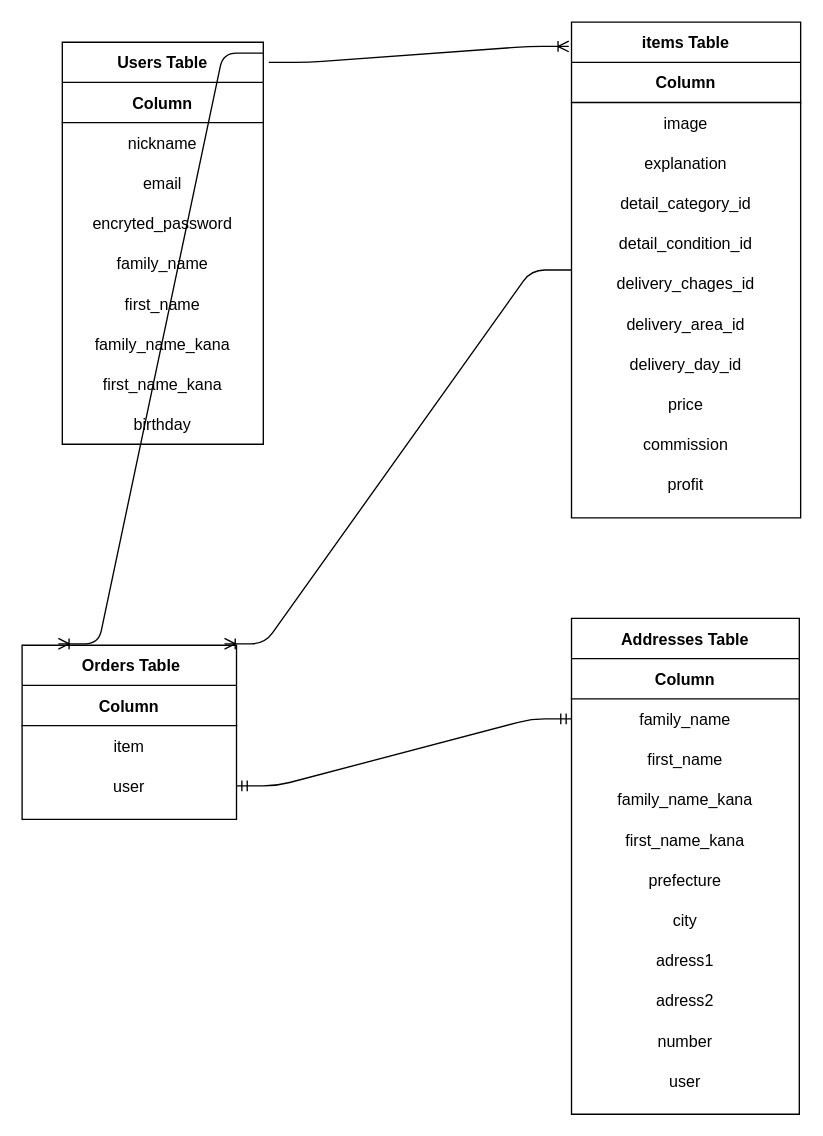
kurokuro325/furima-38387 keeps this draw.io diagram as page "ページ2" (2 of 2) of er.dio. Above is the earlier version. Source tidied: cells renumbered, new cells numbered last; positions are measured from the earlier drawing's top-left corner, leaving out a move shared by most shapes. Both pictures are drawn from the tidied source at 134%, with x=0, y=0 at pixel (21, 21).
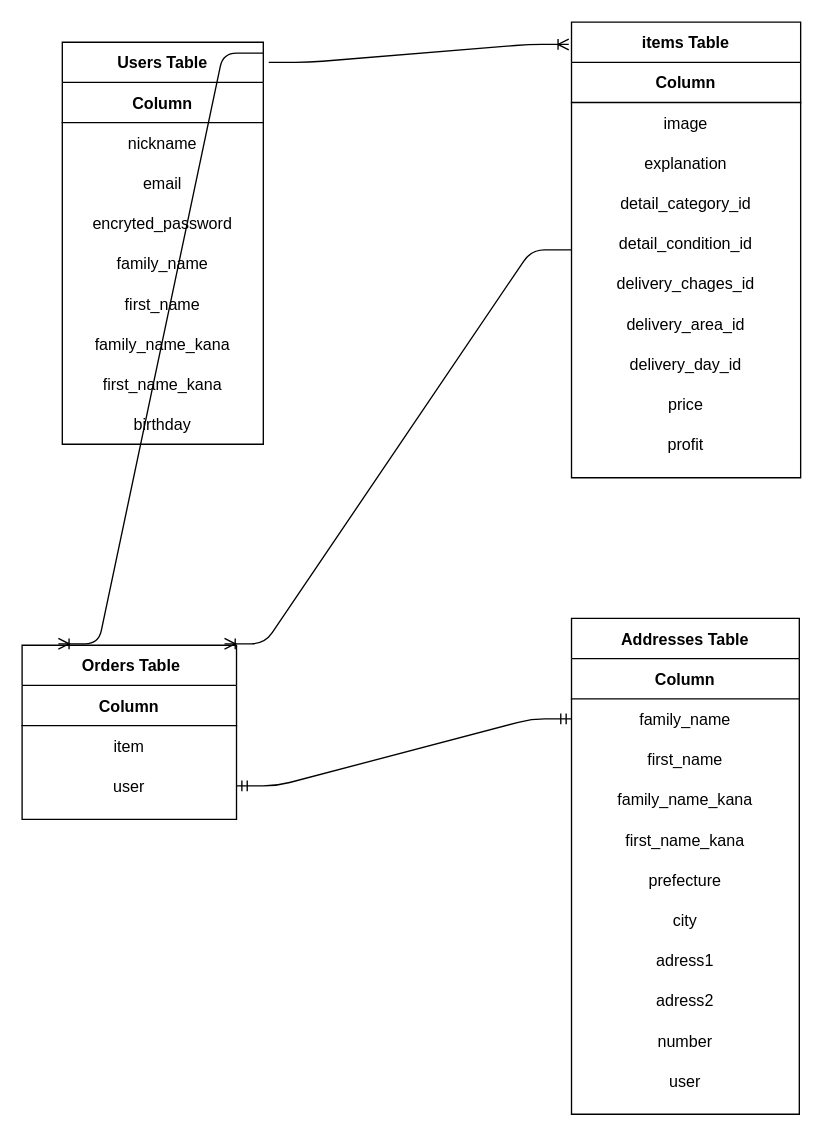
The same diagram, later.

Commit message:
データベースの修正2-1

Change to the diagram source:
```diff
@@
     <mxCell id="2" value="items Table" style="shape=table;startSize=30;childLayout=tableLayout;rowLines=0;fontStyle=1;align=center;labelBorderColor=none;" parent="1" vertex="1">
-      <mxGeometry x="410" width="171" height="370" as="geometry" />
+      <mxGeometry x="410" width="171" height="340" as="geometry" />
     </mxCell>
@@
-    <mxCell id="21" style="shape=partialRectangle;fillColor=none;top=0;left=0;bottom=0;right=0;labelBorderColor=none;" parent="2" vertex="1">
-      <mxGeometry y="300" width="171" height="30" as="geometry" />
-    </mxCell>
-    <mxCell id="22" value="commission" style="shape=partialRectangle;fillColor=none;top=0;left=0;bottom=0;right=0;overflow=hidden;labelBorderColor=none;" parent="21" vertex="1">
-      <mxGeometry width="171" height="30" as="geometry" />
-    </mxCell>
     <mxCell id="23" style="shape=partialRectangle;fillColor=none;top=0;left=0;bottom=0;right=0;labelBorderColor=none;" parent="2" vertex="1">
-      <mxGeometry y="330" width="171" height="30" as="geometry" />
+      <mxGeometry y="300" width="171" height="30" as="geometry" />
     </mxCell>
```
